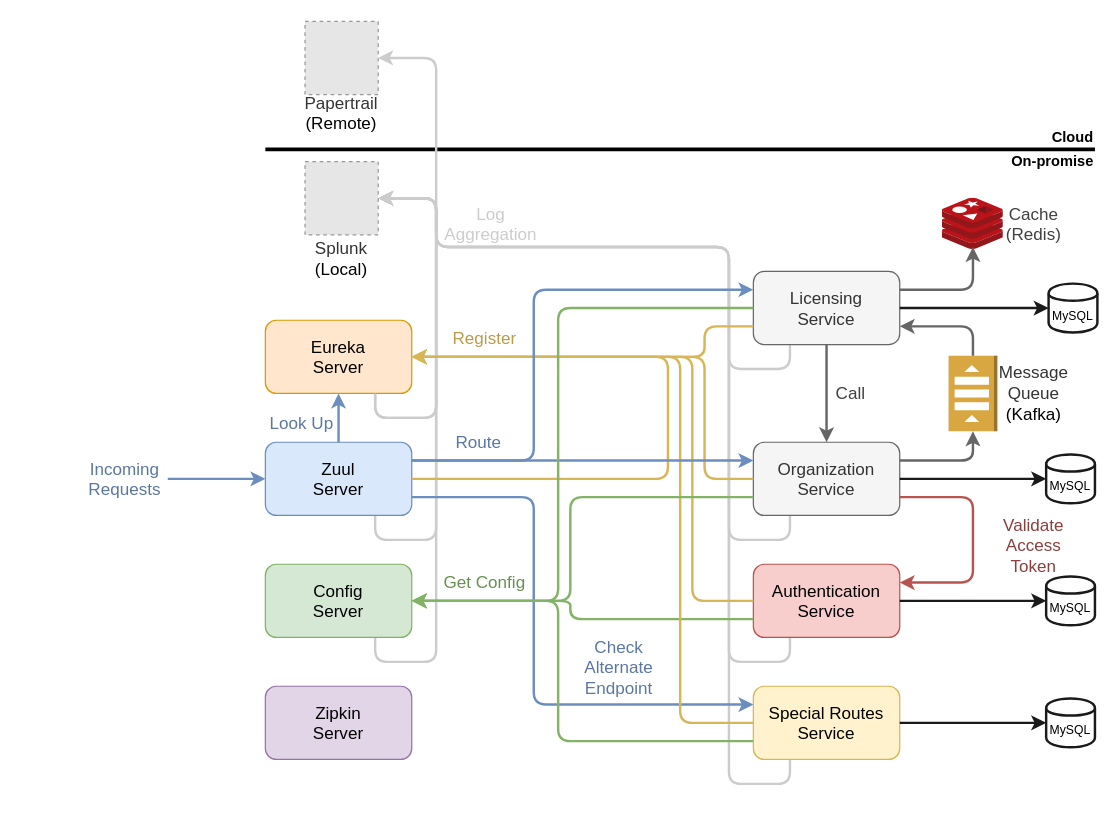
Above: readme/drawio/whole_structure.drawio in wuyichen24/spring-microservices-in-action (draw.io), before the change. Source tidied: cells renumbered, new cells numbered last; positions are measured from the earlier drawing's top-left corner, leaving out a move shared by most shapes. Both pictures are drawn from the tidied source at 122%, with x=0, y=0 at pixel (82, 21). Pictures stored in the file or linked from it are replaced by grey dashed boxes.
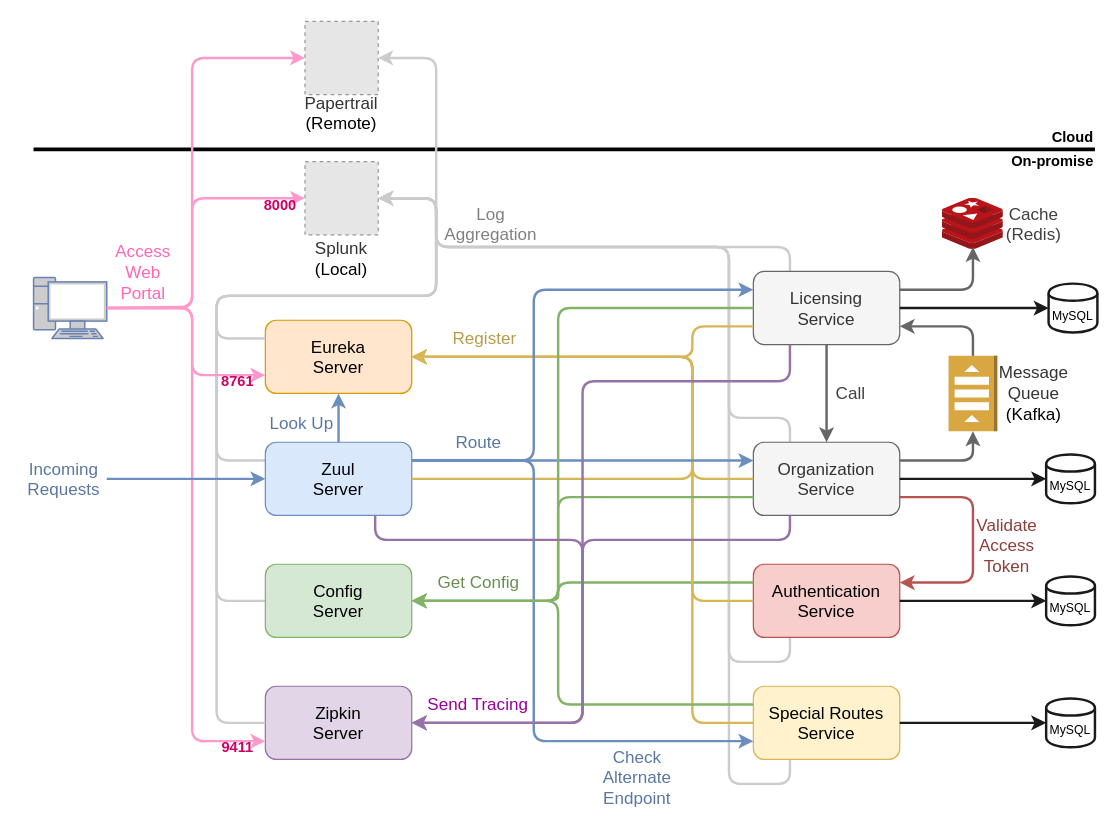
The same diagram, later.

Commit message (it also covers changes not shown here):
Update whole structure diagram

Unchanged cells that the change refers to:
```xml
<mxCell id="10" value="&lt;font style=&quot;font-size: 14px&quot;&gt;Eureka&lt;br&gt;Server&lt;/font&gt;&lt;br&gt;" style="rounded=1;whiteSpace=wrap;html=1;fillColor=#ffe6cc;strokeColor=#d79b00;" parent="1" vertex="1">
  <mxGeometry x="150" y="245" width="120" height="60" as="geometry" />
</mxCell>
<mxCell id="11" value="&lt;span style=&quot;font-size: 14px&quot;&gt;Zuul&lt;br&gt;Server&lt;br&gt;&lt;/span&gt;" style="rounded=1;whiteSpace=wrap;html=1;fillColor=#dae8fc;strokeColor=#6c8ebf;" parent="1" vertex="1">
  <mxGeometry x="150" y="345" width="120" height="60" as="geometry" />
</mxCell>
<mxCell id="12" value="&lt;span style=&quot;font-size: 14px&quot;&gt;Config&lt;br&gt;Server&lt;br&gt;&lt;/span&gt;" style="rounded=1;whiteSpace=wrap;html=1;fillColor=#d5e8d4;strokeColor=#82b366;" parent="1" vertex="1">
  <mxGeometry x="150" y="445" width="120" height="60" as="geometry" />
</mxCell>
<mxCell id="13" value="&lt;span style=&quot;font-size: 14px&quot;&gt;Zipkin&lt;br&gt;Server&lt;br&gt;&lt;/span&gt;" style="rounded=1;whiteSpace=wrap;html=1;fillColor=#e1d5e7;strokeColor=#9673a6;" parent="1" vertex="1">
  <mxGeometry x="150" y="545" width="120" height="60" as="geometry" />
</mxCell>
<mxCell id="14" value="&lt;font style=&quot;font-size: 14px&quot;&gt;Licensing&lt;br&gt;Service&lt;/font&gt;&lt;br&gt;" style="rounded=1;whiteSpace=wrap;html=1;fillColor=#f5f5f5;strokeColor=#666666;fontColor=#333333;" parent="1" vertex="1">
  <mxGeometry x="550" y="205" width="120" height="60" as="geometry" />
</mxCell>
<mxCell id="15" value="&lt;span style=&quot;font-size: 14px&quot;&gt;Organization&lt;br&gt;Service&lt;br&gt;&lt;/span&gt;" style="rounded=1;whiteSpace=wrap;html=1;fillColor=#f5f5f5;strokeColor=#666666;fontColor=#333333;" parent="1" vertex="1">
  <mxGeometry x="550" y="345" width="120" height="60" as="geometry" />
</mxCell>
<mxCell id="16" value="&lt;span style=&quot;font-size: 14px&quot;&gt;Authentication&lt;br&gt;Service&lt;br&gt;&lt;/span&gt;" style="rounded=1;whiteSpace=wrap;html=1;fillColor=#f8cecc;strokeColor=#b85450;" parent="1" vertex="1">
  <mxGeometry x="550" y="445" width="120" height="60" as="geometry" />
</mxCell>
<mxCell id="17" value="&lt;span style=&quot;font-size: 14px&quot;&gt;Special Routes&lt;br&gt;Service&lt;br&gt;&lt;/span&gt;" style="rounded=1;whiteSpace=wrap;html=1;fillColor=#fff2cc;strokeColor=#d6b656;" parent="1" vertex="1">
  <mxGeometry x="550" y="545" width="120" height="60" as="geometry" />
</mxCell>
<mxCell id="48" style="fillColor=#E6E6E6;strokeColor=#999999;dashed=1;verticalLabelPosition=bottom;labelBackgroundColor=#ffffff;verticalAlign=top;" parent="1" vertex="1">
  <mxGeometry x="182.5" y="115" width="60" height="60" as="geometry" />
</mxCell>
<mxCell id="64" style="fillColor=#E6E6E6;strokeColor=#999999;dashed=1;verticalLabelPosition=bottom;labelBackgroundColor=#ffffff;verticalAlign=top;" parent="1" vertex="1">
  <mxGeometry x="182.5" width="60" height="60" as="geometry" />
</mxCell>
```

Change to the diagram source:
```diff
@@
-    <mxCell id="4" style="endArrow=classic;html=1;entryX=1;entryY=0.5;entryDx=0;entryDy=0;fillColor=#dae8fc;strokeColor=#CCCCCC;strokeWidth=2;exitX=0.25;exitY=1;exitDx=0;exitDy=0;" parent="1" edge="1" source="15" target="48">
+    <mxCell id="4" style="endArrow=classic;html=1;entryX=1;entryY=0.5;entryDx=0;entryDy=0;fillColor=#dae8fc;strokeColor=#CCCCCC;strokeWidth=2;exitX=0.25;exitY=0;exitDx=0;exitDy=0;" parent="1" edge="1" source="15" target="48">
       <mxGeometry relative="1" as="geometry">
         <Array as="points">
-          <mxPoint x="580" y="425" />
-          <mxPoint x="530" y="425" />
+          <mxPoint x="580" y="325" />
+          <mxPoint x="530" y="325" />
           <mxPoint x="530" y="185" />
           <mxPoint x="290" y="185" />
           <mxPoint x="290" y="145" />
         </Array>
       </mxGeometry>
     </mxCell>
-    <mxCell id="5" style="endArrow=classic;html=1;entryX=1;entryY=0.5;entryDx=0;entryDy=0;fillColor=#dae8fc;strokeColor=#CCCCCC;strokeWidth=2;exitX=0.25;exitY=1;exitDx=0;exitDy=0;" parent="1" edge="1" source="14" target="48">
+    <mxCell id="5" style="endArrow=classic;html=1;entryX=1;entryY=0.5;entryDx=0;entryDy=0;fillColor=#dae8fc;strokeColor=#CCCCCC;strokeWidth=2;exitX=0.25;exitY=0;exitDx=0;exitDy=0;" parent="1" edge="1" source="14" target="48">
       <mxGeometry relative="1" as="geometry">
         <Array as="points">
-          <mxPoint x="580" y="285" />
-          <mxPoint x="530" y="285" />
+          <mxPoint x="580" y="185" />
           <mxPoint x="530" y="185" />
           <mxPoint x="290" y="185" />
           <mxPoint x="290" y="145" />
         </Array>
       </mxGeometry>
     </mxCell>
     <mxCell id="6" style="endArrow=none;html=1;strokeColor=#000000;strokeWidth=3;" parent="1" edge="1">
       <mxGeometry relative="1" as="geometry">
-        <mxPoint x="150" y="105" as="sourcePoint" />
+        <mxPoint x="-40" y="105" as="sourcePoint" />
         <mxPoint x="830" y="105" as="targetPoint" />
       </mxGeometry>
     </mxCell>
-    <mxCell id="7" style="endArrow=classic;html=1;entryX=1;entryY=0.5;entryDx=0;entryDy=0;fillColor=#dae8fc;strokeColor=#CCCCCC;strokeWidth=2;exitX=0.75;exitY=1;exitDx=0;exitDy=0;" parent="1" edge="1" source="10" target="48">
-      <mxGeometry relative="1" as="geometry">
-        <Array as="points">
-          <mxPoint x="240" y="325" />
-          <mxPoint x="290" y="325" />
-          <mxPoint x="290" y="260" />
-          <mxPoint x="290" y="145" />
-        </Array>
-      </mxGeometry>
-    </mxCell>
-    <mxCell id="8" style="endArrow=classic;html=1;entryX=1;entryY=0.5;entryDx=0;entryDy=0;fillColor=#dae8fc;strokeColor=#CCCCCC;strokeWidth=2;exitX=0.75;exitY=1;exitDx=0;exitDy=0;" parent="1" edge="1" source="11" target="48">
+    <mxCell id="8" style="endArrow=classic;html=1;entryX=1;entryY=0.5;entryDx=0;entryDy=0;fillColor=#dae8fc;strokeColor=#CCCCCC;strokeWidth=2;exitX=0;exitY=0.25;exitDx=0;exitDy=0;" parent="1" edge="1" source="11" target="48">
       <mxGeometry relative="1" as="geometry">
         <Array as="points">
-          <mxPoint x="240" y="425" />
-          <mxPoint x="290" y="425" />
-          <mxPoint x="290" y="325" />
+          <mxPoint x="110" y="360" />
+          <mxPoint x="110" y="225" />
+          <mxPoint x="290" y="225" />
           <mxPoint x="290" y="145" />
         </Array>
       </mxGeometry>
     </mxCell>
-    <mxCell id="9" style="endArrow=classic;html=1;fillColor=#bac8d3;strokeColor=#CCCCCC;strokeWidth=2;exitX=0.75;exitY=1;exitDx=0;exitDy=0;entryX=1;entryY=0.5;entryDx=0;entryDy=0;" parent="1" edge="1" source="12" target="48">
+    <mxCell id="9" style="endArrow=classic;html=1;fillColor=#bac8d3;strokeColor=#CCCCCC;strokeWidth=2;exitX=0;exitY=0.5;exitDx=0;exitDy=0;entryX=1;entryY=0.5;entryDx=0;entryDy=0;" parent="1" edge="1" source="12" target="48">
       <mxGeometry relative="1" as="geometry">
         <Array as="points">
-          <mxPoint x="240" y="525" />
-          <mxPoint x="290" y="525" />
-          <mxPoint x="290" y="460" />
-          <mxPoint x="290" y="425" />
+          <mxPoint x="110" y="475" />
+          <mxPoint x="110" y="225" />
+          <mxPoint x="290" y="225" />
           <mxPoint x="290" y="145" />
         </Array>
       </mxGeometry>
     </mxCell>
@@
-    <mxCell id="18" style="endArrow=classic;html=1;exitX=1;exitY=0.5;exitDx=0;exitDy=0;fillColor=#fff2cc;strokeColor=#d6b656;strokeWidth=2;" parent="1" edge="1" source="11">
+    <mxCell id="18" style="endArrow=classic;html=1;exitX=1;exitY=0.5;exitDx=0;exitDy=0;fillColor=#fff2cc;strokeColor=#d6b656;strokeWidth=2;startArrow=none;startFill=0;" parent="1" edge="1" source="11">
       <mxGeometry relative="1" as="geometry">
         <mxPoint x="270" y="275" as="targetPoint" />
         <Array as="points">
-          <mxPoint x="480" y="375" />
-          <mxPoint x="480" y="275" />
+          <mxPoint x="500" y="375" />
+          <mxPoint x="500" y="275" />
         </Array>
       </mxGeometry>
     </mxCell>
@@
-    <mxCell id="20" style="endArrow=classic;html=1;exitX=0;exitY=0.75;exitDx=0;exitDy=0;fillColor=#d5e8d4;strokeColor=#82b366;strokeWidth=2;entryX=1;entryY=0.5;entryDx=0;entryDy=0;" parent="1" edge="1" source="16" target="12">
+    <mxCell id="20" style="endArrow=classic;html=1;exitX=0;exitY=0.25;exitDx=0;exitDy=0;fillColor=#d5e8d4;strokeColor=#82b366;strokeWidth=2;entryX=1;entryY=0.5;entryDx=0;entryDy=0;" parent="1" edge="1" source="16" target="12">
       <mxGeometry relative="1" as="geometry">
         <Array as="points">
-          <mxPoint x="400" y="490" />
-          <mxPoint x="400" y="475" />
+          <mxPoint x="390" y="460" />
+          <mxPoint x="390" y="475" />
         </Array>
       </mxGeometry>
     </mxCell>
     <mxCell id="21" value="&lt;span style=&quot;font-size: 14px&quot;&gt;&lt;font color=&quot;#688f51&quot;&gt;Get Config&lt;/font&gt;&lt;/span&gt;" style="text;html=1;strokeColor=none;fillColor=none;align=center;verticalAlign=middle;whiteSpace=wrap;rounded=0;" parent="1" vertex="1">
-      <mxGeometry x="290" y="445" width="80" height="30" as="geometry" />
+      <mxGeometry x="285" y="445" width="80" height="30" as="geometry" />
     </mxCell>
@@
     <mxCell id="23" value="&lt;span style=&quot;font-size: 14px&quot;&gt;&lt;font color=&quot;#8a3f3c&quot;&gt;Validate&lt;br&gt;Access&lt;br&gt;Token&lt;/font&gt;&lt;br&gt;&lt;/span&gt;" style="text;html=1;strokeColor=none;fillColor=none;align=center;verticalAlign=middle;whiteSpace=wrap;rounded=0;" parent="1" vertex="1">
-      <mxGeometry x="748" y="405" width="64" height="50" as="geometry" />
+      <mxGeometry x="726" y="405" width="64" height="50" as="geometry" />
     </mxCell>
@@
-    <mxCell id="25" style="endArrow=classic;html=1;entryX=0;entryY=0.5;entryDx=0;entryDy=0;fillColor=#dae8fc;strokeColor=#6c8ebf;strokeWidth=2;" parent="1" edge="1" target="11">
-      <mxGeometry relative="1" as="geometry">
-        <mxPoint x="70" y="375" as="sourcePoint" />
-      </mxGeometry>
-    </mxCell>
@@
-    <mxCell id="28" style="endArrow=classic;html=1;entryX=0;entryY=0.25;entryDx=0;entryDy=0;fillColor=#dae8fc;strokeColor=#6c8ebf;strokeWidth=2;exitX=1;exitY=0.75;exitDx=0;exitDy=0;" parent="1" edge="1" source="11" target="17">
+    <mxCell id="28" style="endArrow=classic;html=1;entryX=0;entryY=0.75;entryDx=0;entryDy=0;fillColor=#dae8fc;strokeColor=#6c8ebf;strokeWidth=2;exitX=1;exitY=0.25;exitDx=0;exitDy=0;" parent="1" edge="1" source="11" target="17">
       <mxGeometry relative="1" as="geometry">
         <Array as="points">
-          <mxPoint x="370" y="390" />
-          <mxPoint x="370" y="560" />
+          <mxPoint x="370" y="360" />
+          <mxPoint x="370" y="590" />
         </Array>
       </mxGeometry>
     </mxCell>
     <mxCell id="29" value="&lt;font color=&quot;#5b77a1&quot;&gt;&lt;span style=&quot;font-size: 14px&quot;&gt;Check&lt;br&gt;Alternate Endpoint&lt;br&gt;&lt;/span&gt;&lt;/font&gt;" style="text;html=1;strokeColor=none;fillColor=none;align=center;verticalAlign=middle;whiteSpace=wrap;rounded=0;spacing=2;" parent="1" vertex="1">
-      <mxGeometry x="400" y="505" width="80" height="50" as="geometry" />
+      <mxGeometry x="420" y="595" width="70" height="50" as="geometry" />
     </mxCell>
     <mxCell id="30" value="&lt;font color=&quot;#5b77a1&quot;&gt;&lt;span style=&quot;font-size: 14px&quot;&gt;Incoming&lt;br&gt;Requests&lt;br&gt;&lt;/span&gt;&lt;/font&gt;" style="text;html=1;strokeColor=none;fillColor=none;align=center;verticalAlign=middle;whiteSpace=wrap;rounded=0;" parent="1" vertex="1">
-      <mxGeometry y="355" width="70" height="40" as="geometry" />
+      <mxGeometry x="-50" y="355" width="70" height="40" as="geometry" />
     </mxCell>
@@
-    <mxCell id="50" style="endArrow=classic;html=1;entryX=1;entryY=0.5;entryDx=0;entryDy=0;fillColor=#dae8fc;strokeColor=#CCCCCC;strokeWidth=2;exitX=0.75;exitY=1;exitDx=0;exitDy=0;" parent="1" edge="1" source="10" target="64">
+    <mxCell id="50" style="endArrow=classic;html=1;entryX=1;entryY=0.5;entryDx=0;entryDy=0;fillColor=#dae8fc;strokeColor=#CCCCCC;strokeWidth=2;exitX=0;exitY=0.25;exitDx=0;exitDy=0;" parent="1" edge="1" source="10" target="64">
       <mxGeometry relative="1" as="geometry">
         <Array as="points">
-          <mxPoint x="240" y="325" />
-          <mxPoint x="290" y="325" />
+          <mxPoint x="110" y="260" />
+          <mxPoint x="110" y="225" />
+          <mxPoint x="290" y="225" />
           <mxPoint x="290" y="30" />
         </Array>
       </mxGeometry>
     </mxCell>
@@
-    <mxCell id="52" value="&lt;font style=&quot;font-size: 14px&quot; color=&quot;#cccccc&quot;&gt;Log Aggregation&lt;/font&gt;" style="text;html=1;strokeColor=none;fillColor=none;align=center;verticalAlign=middle;whiteSpace=wrap;rounded=0;" parent="1" vertex="1">
+    <mxCell id="52" value="&lt;font style=&quot;font-size: 14px&quot; color=&quot;#808080&quot;&gt;Log Aggregation&lt;/font&gt;" style="text;html=1;strokeColor=none;fillColor=none;align=center;verticalAlign=middle;whiteSpace=wrap;rounded=0;" parent="1" vertex="1">
       <mxGeometry x="290" y="151" width="90" height="30" as="geometry" />
     </mxCell>
@@
     <mxCell id="55" style="endArrow=classic;html=1;fillColor=#fff2cc;strokeColor=#d6b656;strokeWidth=2;entryX=1;entryY=0.5;entryDx=0;entryDy=0;exitX=0;exitY=0.5;exitDx=0;exitDy=0;" parent="1" edge="1" source="17" target="10">
       <mxGeometry relative="1" as="geometry">
         <Array as="points">
-          <mxPoint x="490" y="575" />
-          <mxPoint x="490" y="275" />
+          <mxPoint x="500" y="575" />
+          <mxPoint x="500" y="275" />
         </Array>
       </mxGeometry>
     </mxCell>
-    <mxCell id="56" style="endArrow=classic;html=1;fillColor=#d5e8d4;strokeColor=#82b366;strokeWidth=2;exitX=0;exitY=0.75;exitDx=0;exitDy=0;entryX=1;entryY=0.5;entryDx=0;entryDy=0;" parent="1" edge="1" source="17" target="12">
+    <mxCell id="56" style="endArrow=classic;html=1;fillColor=#d5e8d4;strokeColor=#82b366;strokeWidth=2;exitX=0;exitY=0.25;exitDx=0;exitDy=0;entryX=1;entryY=0.5;entryDx=0;entryDy=0;" parent="1" edge="1" source="17" target="12">
       <mxGeometry relative="1" as="geometry">
         <Array as="points">
-          <mxPoint x="390" y="590" />
+          <mxPoint x="390" y="560" />
           <mxPoint x="390" y="475" />
         </Array>
       </mxGeometry>
     </mxCell>
@@
     <mxCell id="58" style="endArrow=classic;html=1;fillColor=#fff2cc;strokeColor=#d6b656;strokeWidth=2;entryX=1;entryY=0.5;entryDx=0;entryDy=0;exitX=0;exitY=0.5;exitDx=0;exitDy=0;" parent="1" edge="1" source="15" target="10">
       <mxGeometry relative="1" as="geometry">
         <Array as="points">
-          <mxPoint x="510" y="375" />
-          <mxPoint x="510" y="275" />
+          <mxPoint x="500" y="375" />
+          <mxPoint x="500" y="275" />
         </Array>
       </mxGeometry>
     </mxCell>
@@
     <mxCell id="60" style="endArrow=classic;html=1;exitX=0;exitY=0.75;exitDx=0;exitDy=0;fillColor=#d5e8d4;strokeColor=#82b366;strokeWidth=2;entryX=1;entryY=0.5;entryDx=0;entryDy=0;" parent="1" edge="1" source="15" target="12">
       <mxGeometry relative="1" as="geometry">
         <Array as="points">
-          <mxPoint x="400" y="390" />
-          <mxPoint x="400" y="475" />
+          <mxPoint x="390" y="390" />
+          <mxPoint x="390" y="475" />
         </Array>
       </mxGeometry>
     </mxCell>
     <mxCell id="61" style="endArrow=classic;html=1;entryX=1;entryY=0.5;entryDx=0;entryDy=0;fillColor=#fff2cc;strokeColor=#d6b656;strokeWidth=2;exitX=0;exitY=0.75;exitDx=0;exitDy=0;" parent="1" edge="1" source="14" target="10">
       <mxGeometry relative="1" as="geometry">
         <Array as="points">
-          <mxPoint x="510" y="250" />
-          <mxPoint x="510" y="275" />
+          <mxPoint x="500" y="250" />
+          <mxPoint x="500" y="275" />
         </Array>
       </mxGeometry>
     </mxCell>
@@
+    <mxCell id="65" style="endArrow=classic;html=1;fillColor=#bac8d3;strokeColor=#CCCCCC;strokeWidth=2;exitX=0;exitY=0.5;exitDx=0;exitDy=0;entryX=1;entryY=0.5;entryDx=0;entryDy=0;" parent="1" edge="1" source="13" target="48">
+      <mxGeometry relative="1" as="geometry">
+        <Array as="points">
+          <mxPoint x="110" y="575" />
+          <mxPoint x="110" y="225" />
+          <mxPoint x="290" y="225" />
+          <mxPoint x="290" y="145" />
+        </Array>
+      </mxGeometry>
+    </mxCell>
+    <mxCell id="66" style="endArrow=classic;html=1;entryX=1;entryY=0.5;entryDx=0;entryDy=0;exitX=0.25;exitY=1;exitDx=0;exitDy=0;fillColor=#e1d5e7;strokeColor=#9673a6;strokeWidth=2;" parent="1" edge="1" source="14" target="13">
+      <mxGeometry relative="1" as="geometry">
+        <Array as="points">
+          <mxPoint x="580" y="295" />
+          <mxPoint x="410" y="295" />
+          <mxPoint x="410" y="575" />
+        </Array>
+      </mxGeometry>
+    </mxCell>
+    <mxCell id="67" style="endArrow=classic;html=1;exitX=0.25;exitY=1;exitDx=0;exitDy=0;fillColor=#e1d5e7;strokeColor=#9673a6;strokeWidth=2;entryX=1;entryY=0.5;entryDx=0;entryDy=0;" parent="1" edge="1" source="15" target="13">
+      <mxGeometry relative="1" as="geometry">
+        <Array as="points">
+          <mxPoint x="580" y="425" />
+          <mxPoint x="410" y="425" />
+          <mxPoint x="410" y="575" />
+        </Array>
+      </mxGeometry>
+    </mxCell>
+    <mxCell id="68" style="endArrow=classic;html=1;exitX=0.75;exitY=1;exitDx=0;exitDy=0;fillColor=#e1d5e7;strokeColor=#9673a6;strokeWidth=2;entryX=1;entryY=0.5;entryDx=0;entryDy=0;" parent="1" edge="1" source="11" target="13">
+      <mxGeometry relative="1" as="geometry">
+        <Array as="points">
+          <mxPoint x="240" y="425" />
+          <mxPoint x="410" y="425" />
+          <mxPoint x="410" y="575" />
+        </Array>
+      </mxGeometry>
+    </mxCell>
+    <mxCell id="69" value="&lt;span style=&quot;font-size: 14px&quot;&gt;&lt;font color=&quot;#990099&quot;&gt;Send Tracing&lt;/font&gt;&lt;/span&gt;" style="text;html=1;strokeColor=none;fillColor=none;align=center;verticalAlign=middle;whiteSpace=wrap;rounded=0;" parent="1" vertex="1">
+      <mxGeometry x="278" y="545" width="93" height="30" as="geometry" />
+    </mxCell>
+    <mxCell id="70" style="endArrow=classic;html=1;entryX=0;entryY=0.5;entryDx=0;entryDy=0;exitX=1;exitY=0.5;exitDx=0;exitDy=0;fillColor=#dae8fc;strokeColor=#FF99CC;strokeWidth=2;exitPerimeter=0;" parent="1" edge="1" source="72" target="48">
+      <mxGeometry relative="1" as="geometry">
+        <Array as="points">
+          <mxPoint x="90" y="234" />
+          <mxPoint x="90" y="145" />
+        </Array>
+      </mxGeometry>
+    </mxCell>
+    <mxCell id="71" style="endArrow=classic;html=1;entryX=0;entryY=0.75;entryDx=0;entryDy=0;fillColor=#dae8fc;strokeColor=#FF99CC;strokeWidth=2;exitX=1;exitY=0.5;exitDx=0;exitDy=0;exitPerimeter=0;" parent="1" edge="1" source="72" target="13">
+      <mxGeometry relative="1" as="geometry">
+        <Array as="points">
+          <mxPoint x="90" y="235" />
+          <mxPoint x="90" y="590" />
+        </Array>
+      </mxGeometry>
+    </mxCell>
+    <mxCell id="72" style="fontColor=#0066CC;verticalAlign=top;verticalLabelPosition=bottom;labelPosition=center;align=center;html=1;outlineConnect=0;fillColor=#CCCCCC;strokeColor=#6881B3;gradientColor=none;gradientDirection=north;strokeWidth=2;shape=mxgraph.networks.pc;" parent="1" vertex="1">
+      <mxGeometry x="-40" y="210" width="60" height="50" as="geometry" />
+    </mxCell>
+    <mxCell id="73" style="endArrow=classic;html=1;fillColor=#dae8fc;strokeColor=#FF99CC;strokeWidth=2;exitX=1;exitY=0.5;exitDx=0;exitDy=0;exitPerimeter=0;entryX=0;entryY=0.75;entryDx=0;entryDy=0;" parent="1" edge="1" source="72" target="10">
+      <mxGeometry relative="1" as="geometry">
+        <Array as="points">
+          <mxPoint x="90" y="235" />
+          <mxPoint x="90" y="290" />
+        </Array>
+      </mxGeometry>
+    </mxCell>
+    <mxCell id="25" style="endArrow=classic;html=1;entryX=0;entryY=0.5;entryDx=0;entryDy=0;fillColor=#dae8fc;strokeColor=#6c8ebf;strokeWidth=2;exitX=1;exitY=0.5;exitDx=0;exitDy=0;" parent="1" edge="1" source="30" target="11">
+      <mxGeometry relative="1" as="geometry" />
+    </mxCell>
+    <mxCell id="74" style="endArrow=classic;html=1;entryX=0;entryY=0.5;entryDx=0;entryDy=0;exitX=1;exitY=0.5;exitDx=0;exitDy=0;fillColor=#dae8fc;strokeColor=#FF99CC;strokeWidth=2;exitPerimeter=0;" parent="1" edge="1" source="72" target="64">
+      <mxGeometry relative="1" as="geometry">
+        <Array as="points">
+          <mxPoint x="90" y="235" />
+          <mxPoint x="90" y="30" />
+        </Array>
+      </mxGeometry>
+    </mxCell>
+    <mxCell id="75" value="&lt;span style=&quot;font-size: 14px&quot;&gt;&lt;font color=&quot;#ff66b3&quot;&gt;Access&lt;br&gt;Web&lt;br&gt;Portal&lt;/font&gt;&lt;br&gt;&lt;/span&gt;" style="text;html=1;strokeColor=none;fillColor=none;align=center;verticalAlign=middle;whiteSpace=wrap;rounded=0;" parent="1" vertex="1">
+      <mxGeometry x="20" y="181" width="60" height="50" as="geometry" />
+    </mxCell>
+    <mxCell id="76" value="&lt;font style=&quot;font-size: 12px&quot; color=&quot;#cc0066&quot;&gt;&lt;b&gt;9411&lt;/b&gt;&lt;/font&gt;&lt;br&gt;" style="text;html=1;strokeColor=none;fillColor=none;align=center;verticalAlign=middle;whiteSpace=wrap;rounded=0;" parent="1" vertex="1">
+      <mxGeometry x="110" y="585" width="35" height="20" as="geometry" />
+    </mxCell>
+    <mxCell id="77" value="&lt;font style=&quot;font-size: 12px&quot; color=&quot;#cc0066&quot;&gt;&lt;b&gt;8761&lt;/b&gt;&lt;/font&gt;&lt;br&gt;" style="text;html=1;strokeColor=none;fillColor=none;align=center;verticalAlign=middle;whiteSpace=wrap;rounded=0;" parent="1" vertex="1">
+      <mxGeometry x="110" y="285" width="35" height="20" as="geometry" />
+    </mxCell>
+    <mxCell id="78" value="&lt;font style=&quot;font-size: 12px&quot; color=&quot;#cc0066&quot;&gt;&lt;b&gt;8000&lt;/b&gt;&lt;/font&gt;&lt;br&gt;" style="text;html=1;strokeColor=none;fillColor=none;align=center;verticalAlign=middle;whiteSpace=wrap;rounded=0;" parent="1" vertex="1">
+      <mxGeometry x="145" y="141" width="35" height="20" as="geometry" />
+    </mxCell>
```
